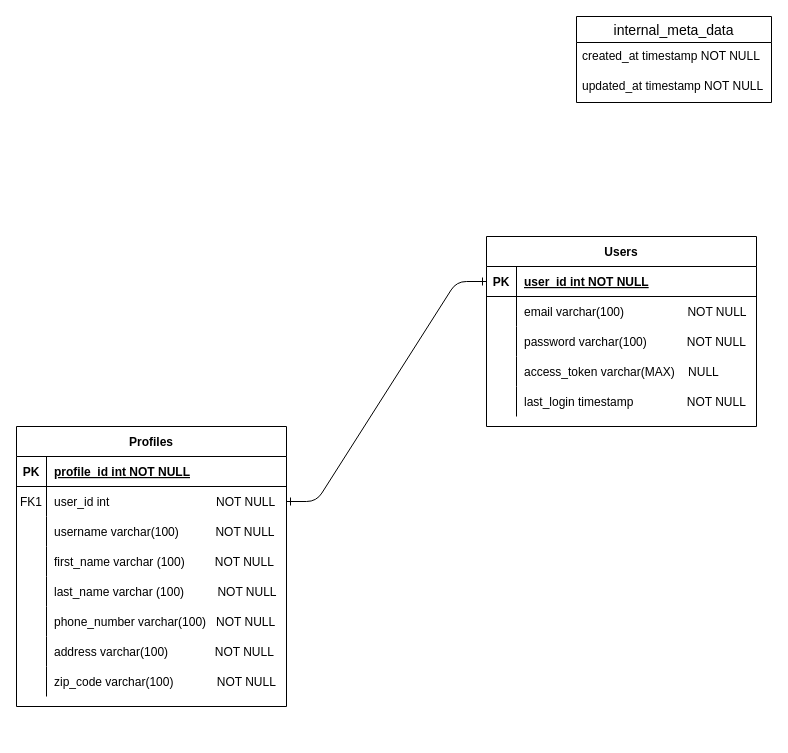
Above: Relationship-Diagram.drawio in bithunters-web/Database-Diagram (draw.io), before the change. Source tidied: cells renumbered, new cells numbered last; positions are measured from the earlier drawing's top-left corner, leaving out a move shared by most shapes. Both pictures are drawn from the tidied source at 100%, with x=0, y=0 at pixel (16, 16).
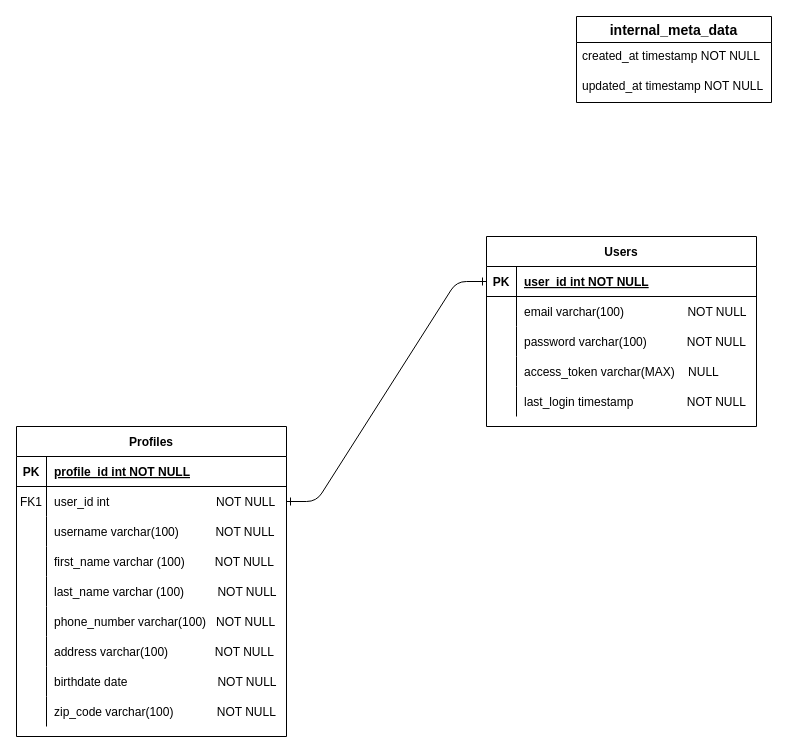
Above is the later version.

Commit message:
birthdate field

The edit, as a diff of the source:
```diff
@@
     <mxCell id="19" value="Profiles" style="shape=table;startSize=30;childLayout=tableLayout;rowLines=0;fontStyle=1;align=center;" parent="1" vertex="1">
-      <mxGeometry y="410" width="270" height="280" as="geometry" />
+      <mxGeometry y="410" width="270" height="310" as="geometry" />
     </mxCell>
@@
+    <mxCell id="47" style="shape=partialRectangle;fillColor=none;top=0;left=0;right=0;bottom=0;" parent="19" vertex="1">
+      <mxGeometry y="240" width="270" height="30" as="geometry" />
+    </mxCell>
+    <mxCell id="48" style="shape=partialRectangle;overflow=hidden;fillColor=none;top=0;left=0;bottom=0;right=0;" parent="47" vertex="1">
+      <mxGeometry width="30" height="30" as="geometry" />
+    </mxCell>
+    <mxCell id="49" value="birthdate date                           NOT NULL" style="shape=partialRectangle;overflow=hidden;fillColor=none;top=0;left=0;bottom=0;right=0;align=left;spacingLeft=6;" parent="47" vertex="1">
+      <mxGeometry x="30" width="240" height="30" as="geometry" />
+    </mxCell>
     <mxCell id="41" style="shape=partialRectangle;fillColor=none;top=0;left=0;right=0;bottom=0;" parent="19" vertex="1">
-      <mxGeometry y="240" width="270" height="30" as="geometry" />
+      <mxGeometry y="270" width="270" height="30" as="geometry" />
     </mxCell>
@@
-    <mxCell id="44" value="internal_meta_data" style="swimlane;fontStyle=0;horizontal=1;startSize=26;align=center;fontSize=14;" parent="1" vertex="1">
+    <mxCell id="44" value="internal_meta_data" style="swimlane;fontStyle=1;horizontal=1;startSize=26;align=center;fontSize=14;" parent="1" vertex="1">
       <mxGeometry x="560" width="195" height="86" as="geometry" />
     </mxCell>
```
